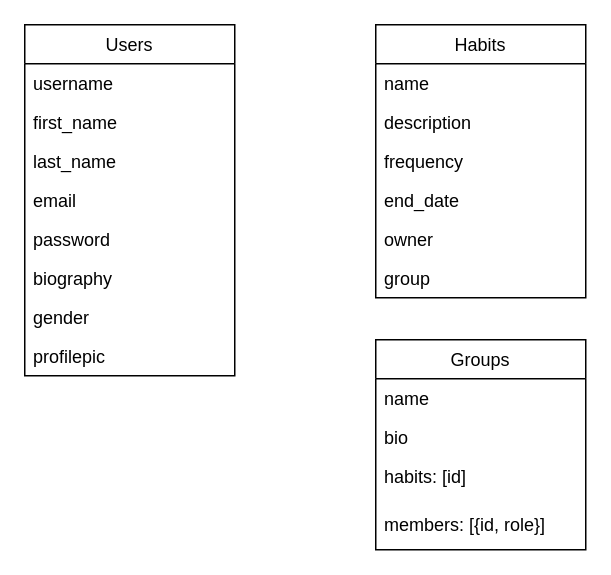
lee-jun-hui/habithobbit keeps this draw.io diagram as server/schema.drawio. Above is the earlier version. Source tidied: cells renumbered, new cells numbered last; positions are measured from the earlier drawing's top-left corner, leaving out a move shared by most shapes. Both pictures are drawn from the tidied source at 150%, with x=0, y=0 at pixel (24, 24).
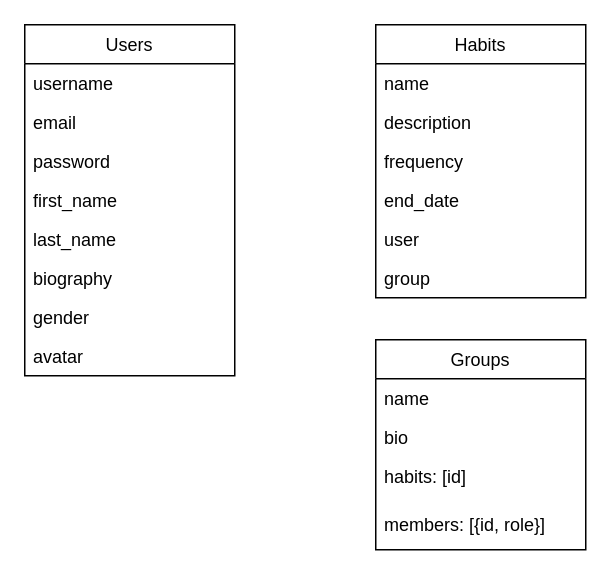
Above is the later version.

Unchanged cells that the change refers to:
```xml
<mxCell id="2" value="Users" style="swimlane;fontStyle=0;horizontal=1;startSize=26;fillColor=none;" parent="1" vertex="1">
  <mxGeometry width="140" height="234" as="geometry" />
</mxCell>
<mxCell id="11" value="Habits" style="swimlane;fontStyle=0;horizontal=1;startSize=26;fillColor=none;" parent="1" vertex="1">
  <mxGeometry x="234" width="140" height="182" as="geometry" />
</mxCell>
```

The edit, as a diff of the source:
```diff
@@
+    <mxCell id="6" value="email" style="text;strokeColor=none;fillColor=none;align=left;verticalAlign=top;spacingLeft=4;spacingRight=4;overflow=hidden;" parent="2" vertex="1">
+      <mxGeometry y="52" width="140" height="26" as="geometry" />
+    </mxCell>
+    <mxCell id="7" value="password" style="text;strokeColor=none;fillColor=none;align=left;verticalAlign=top;spacingLeft=4;spacingRight=4;overflow=hidden;" parent="2" vertex="1">
+      <mxGeometry y="78" width="140" height="26" as="geometry" />
+    </mxCell>
     <mxCell id="4" value="first_name" style="text;strokeColor=none;fillColor=none;align=left;verticalAlign=top;spacingLeft=4;spacingRight=4;overflow=hidden;" parent="2" vertex="1">
-      <mxGeometry y="52" width="140" height="26" as="geometry" />
+      <mxGeometry y="104" width="140" height="26" as="geometry" />
     </mxCell>
     <mxCell id="5" value="last_name" style="text;strokeColor=none;fillColor=none;align=left;verticalAlign=top;spacingLeft=4;spacingRight=4;overflow=hidden;" parent="2" vertex="1">
-      <mxGeometry y="78" width="140" height="26" as="geometry" />
+      <mxGeometry y="130" width="140" height="26" as="geometry" />
     </mxCell>
-    <mxCell id="6" value="email" style="text;strokeColor=none;fillColor=none;align=left;verticalAlign=top;spacingLeft=4;spacingRight=4;overflow=hidden;" parent="2" vertex="1">
-      <mxGeometry y="104" width="140" height="26" as="geometry" />
-    </mxCell>
-    <mxCell id="7" value="password" style="text;strokeColor=none;fillColor=none;align=left;verticalAlign=top;spacingLeft=4;spacingRight=4;overflow=hidden;" parent="2" vertex="1">
-      <mxGeometry y="130" width="140" height="26" as="geometry" />
-    </mxCell>
@@
-    <mxCell id="10" value="profilepic" style="text;strokeColor=none;fillColor=none;align=left;verticalAlign=top;spacingLeft=4;spacingRight=4;overflow=hidden;" parent="2" vertex="1">
+    <mxCell id="10" value="avatar" style="text;strokeColor=none;fillColor=none;align=left;verticalAlign=top;spacingLeft=4;spacingRight=4;overflow=hidden;" parent="2" vertex="1">
       <mxGeometry y="208" width="140" height="26" as="geometry" />
     </mxCell>
@@
-    <mxCell id="16" value="owner" style="text;strokeColor=none;fillColor=none;align=left;verticalAlign=top;spacingLeft=4;spacingRight=4;overflow=hidden;" parent="11" vertex="1">
+    <mxCell id="16" value="user" style="text;strokeColor=none;fillColor=none;align=left;verticalAlign=top;spacingLeft=4;spacingRight=4;overflow=hidden;" parent="11" vertex="1">
       <mxGeometry y="130" width="140" height="26" as="geometry" />
     </mxCell>
```
